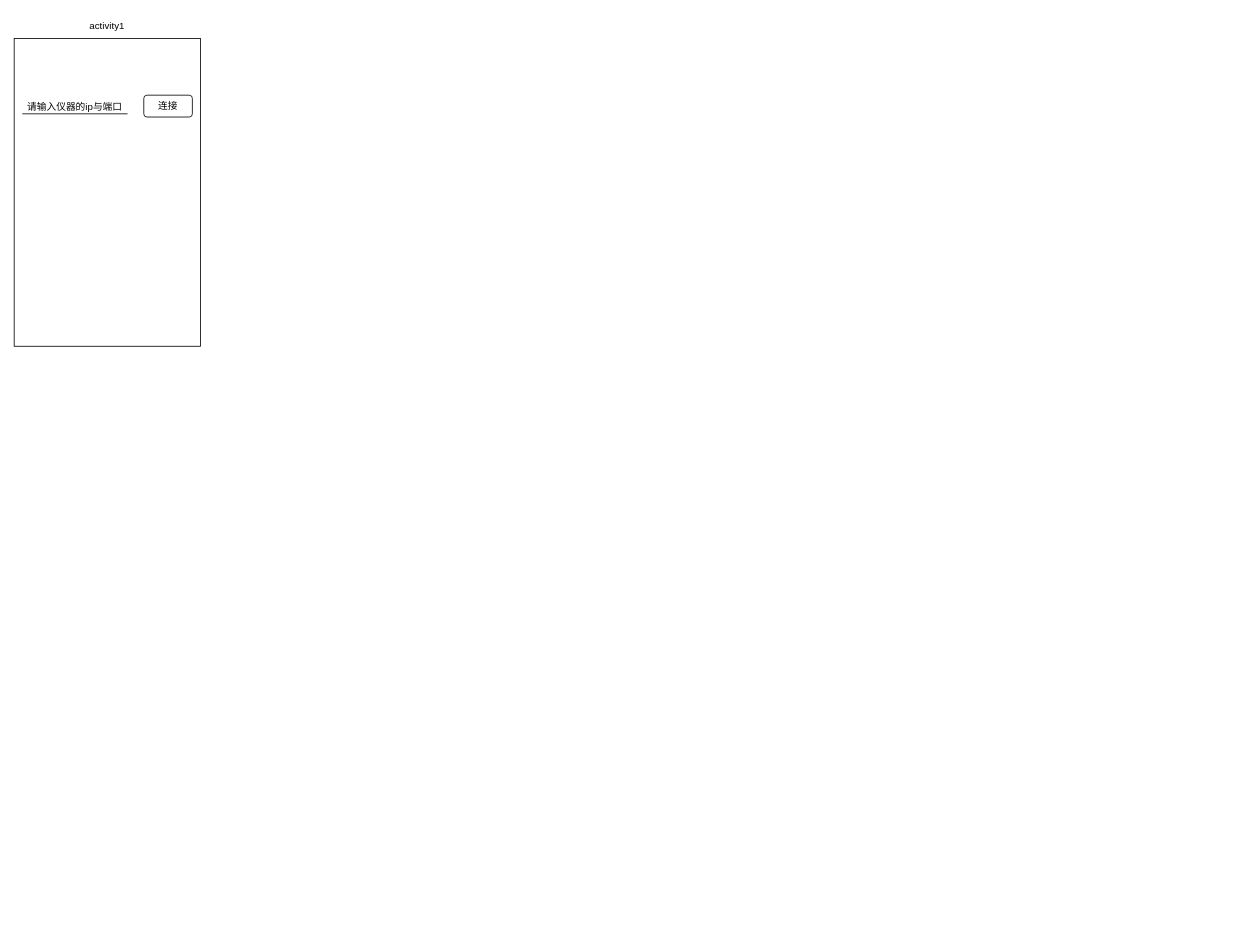
Before: Untitled Diagram.drawio in laneluo/learngit, a draw.io diagram. Source tidied: cells renumbered, new cells numbered last; positions are measured from the earlier drawing's top-left corner, leaving out a move shared by most shapes. Both pictures are drawn from the tidied source at 81%, with x=0, y=0 at pixel (14, 14).
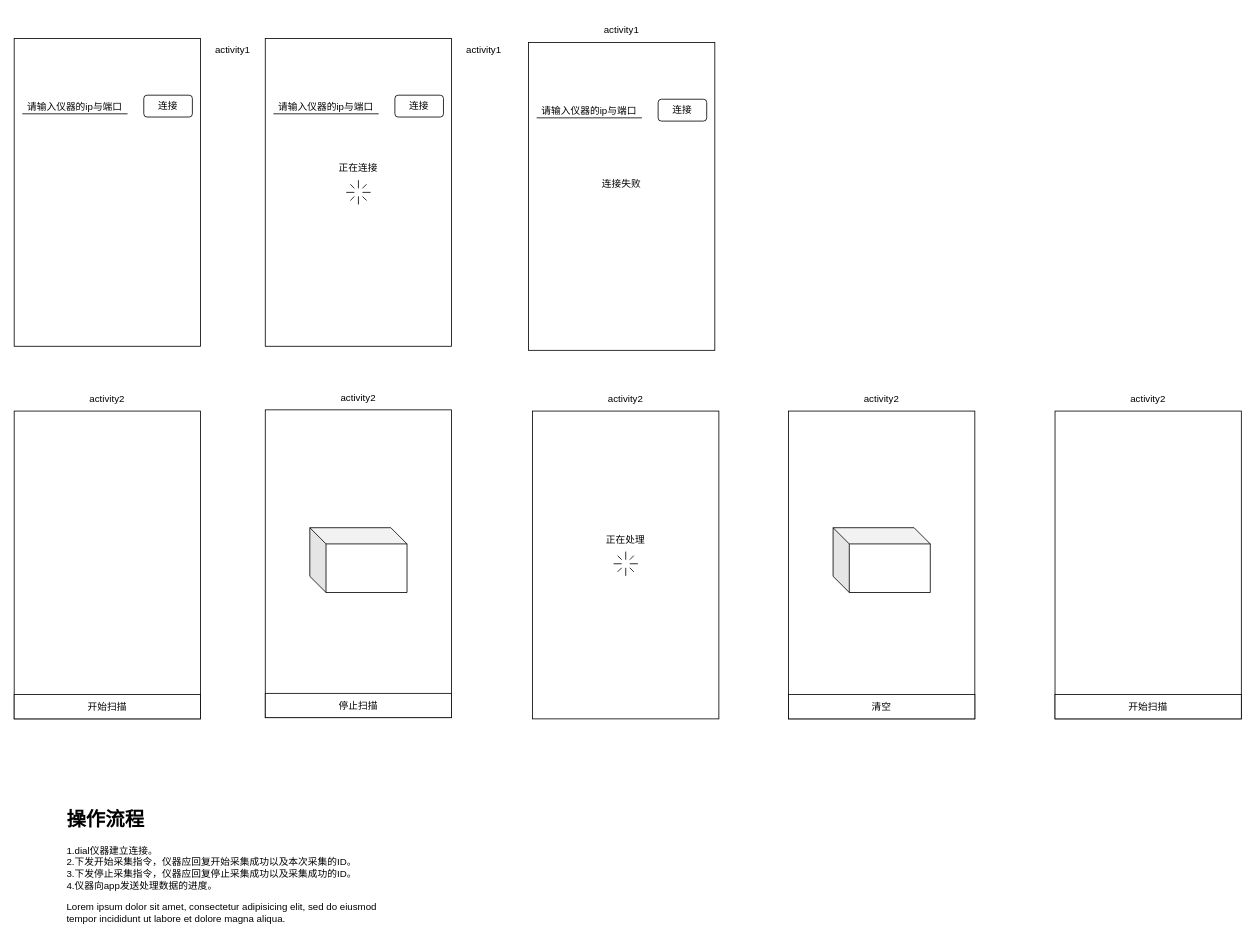
Above is the later version.

What changed in the source:
```diff
@@
     <mxCell id="3" value="activity1" style="text;html=1;strokeColor=none;fillColor=none;align=center;verticalAlign=middle;whiteSpace=wrap;rounded=0;" parent="1" vertex="1">
-      <mxGeometry x="85" width="60" height="30" as="geometry" />
+      <mxGeometry x="240" y="30" width="60" height="30" as="geometry" />
     </mxCell>
@@
+    <mxCell id="7" style="rounded=0;whiteSpace=wrap;html=1;" parent="1" vertex="1">
+      <mxGeometry x="310" y="30" width="230" height="380" as="geometry" />
+    </mxCell>
+    <mxCell id="8" value="activity1" style="text;html=1;strokeColor=none;fillColor=none;align=center;verticalAlign=middle;whiteSpace=wrap;rounded=0;" parent="1" vertex="1">
+      <mxGeometry x="550" y="30" width="60" height="30" as="geometry" />
+    </mxCell>
+    <mxCell id="9" style="endArrow=none;html=1;rounded=0;" parent="1" edge="1">
+      <mxGeometry relative="1" as="geometry">
+        <mxPoint x="320" y="123" as="sourcePoint" />
+        <mxPoint x="450" y="123" as="targetPoint" />
+      </mxGeometry>
+    </mxCell>
+    <mxCell id="10" value="连接" style="rounded=1;whiteSpace=wrap;html=1;" parent="1" vertex="1">
+      <mxGeometry x="470" y="100" width="60" height="27" as="geometry" />
+    </mxCell>
+    <mxCell id="11" value="请输入仪器的ip与端口" style="text;html=1;strokeColor=none;fillColor=none;align=center;verticalAlign=middle;whiteSpace=wrap;rounded=0;" parent="1" vertex="1">
+      <mxGeometry x="320" y="100" width="130" height="30" as="geometry" />
+    </mxCell>
+    <mxCell id="12" style="rounded=0;whiteSpace=wrap;html=1;" parent="1" vertex="1">
+      <mxGeometry y="490" width="230" height="380" as="geometry" />
+    </mxCell>
+    <mxCell id="13" value="activity2" style="text;html=1;strokeColor=none;fillColor=none;align=center;verticalAlign=middle;whiteSpace=wrap;rounded=0;" parent="1" vertex="1">
+      <mxGeometry x="85" y="460" width="60" height="30" as="geometry" />
+    </mxCell>
+    <mxCell id="14" style="rounded=0;whiteSpace=wrap;html=1;" parent="1" vertex="1">
+      <mxGeometry x="310" y="488.5" width="230" height="380" as="geometry" />
+    </mxCell>
+    <mxCell id="15" value="activity2" style="text;html=1;strokeColor=none;fillColor=none;align=center;verticalAlign=middle;whiteSpace=wrap;rounded=0;" parent="1" vertex="1">
+      <mxGeometry x="395" y="458.5" width="60" height="30" as="geometry" />
+    </mxCell>
+    <mxCell id="16" style="rounded=0;whiteSpace=wrap;html=1;" parent="1" vertex="1">
+      <mxGeometry x="640" y="490" width="230" height="380" as="geometry" />
+    </mxCell>
+    <mxCell id="17" value="activity2" style="text;html=1;strokeColor=none;fillColor=none;align=center;verticalAlign=middle;whiteSpace=wrap;rounded=0;" parent="1" vertex="1">
+      <mxGeometry x="725" y="460" width="60" height="30" as="geometry" />
+    </mxCell>
+    <mxCell id="18" style="group;" parent="1" vertex="1">
+      <mxGeometry x="740" y="663.5" width="30" height="30" as="geometry" />
+    </mxCell>
+    <mxCell id="19" style="endArrow=none;html=1;rounded=0;" parent="18" edge="1">
+      <mxGeometry relative="1" as="geometry">
+        <mxPoint x="15" y="10" as="sourcePoint" />
+        <mxPoint x="15" as="targetPoint" />
+      </mxGeometry>
+    </mxCell>
+    <mxCell id="20" style="endArrow=none;html=1;rounded=0;" parent="18" edge="1">
+      <mxGeometry relative="1" as="geometry">
+        <mxPoint x="15" y="30" as="sourcePoint" />
+        <mxPoint x="15" y="20" as="targetPoint" />
+      </mxGeometry>
+    </mxCell>
+    <mxCell id="21" style="endArrow=none;html=1;rounded=0;" parent="18" edge="1">
+      <mxGeometry relative="1" as="geometry">
+        <mxPoint x="30" y="15" as="sourcePoint" />
+        <mxPoint x="20" y="15" as="targetPoint" />
+      </mxGeometry>
+    </mxCell>
+    <mxCell id="22" style="endArrow=none;html=1;rounded=0;" parent="18" edge="1">
+      <mxGeometry relative="1" as="geometry">
+        <mxPoint x="10" y="15" as="sourcePoint" />
+        <mxPoint y="15" as="targetPoint" />
+      </mxGeometry>
+    </mxCell>
+    <mxCell id="23" style="endArrow=none;html=1;rounded=0;" parent="18" edge="1">
+      <mxGeometry relative="1" as="geometry">
+        <mxPoint x="25" y="5" as="sourcePoint" />
+        <mxPoint x="20" y="10" as="targetPoint" />
+      </mxGeometry>
+    </mxCell>
+    <mxCell id="24" style="endArrow=none;html=1;rounded=0;" parent="18" edge="1">
+      <mxGeometry relative="1" as="geometry">
+        <mxPoint x="10" y="20" as="sourcePoint" />
+        <mxPoint x="5" y="25" as="targetPoint" />
+      </mxGeometry>
+    </mxCell>
+    <mxCell id="25" style="endArrow=none;html=1;rounded=0;" parent="18" edge="1">
+      <mxGeometry relative="1" as="geometry">
+        <mxPoint x="25" y="25" as="sourcePoint" />
+        <mxPoint x="20" y="20" as="targetPoint" />
+      </mxGeometry>
+    </mxCell>
+    <mxCell id="26" style="endArrow=none;html=1;rounded=0;" parent="18" edge="1">
+      <mxGeometry relative="1" as="geometry">
+        <mxPoint x="10" y="10" as="sourcePoint" />
+        <mxPoint x="5" y="5" as="targetPoint" />
+      </mxGeometry>
+    </mxCell>
+    <mxCell id="27" style="rounded=0;whiteSpace=wrap;html=1;" parent="1" vertex="1">
+      <mxGeometry x="635" y="35" width="230" height="380" as="geometry" />
+    </mxCell>
+    <mxCell id="28" value="activity1" style="text;html=1;strokeColor=none;fillColor=none;align=center;verticalAlign=middle;whiteSpace=wrap;rounded=0;" parent="1" vertex="1">
+      <mxGeometry x="720" y="5" width="60" height="30" as="geometry" />
+    </mxCell>
+    <mxCell id="29" style="endArrow=none;html=1;rounded=0;" parent="1" edge="1">
+      <mxGeometry relative="1" as="geometry">
+        <mxPoint x="645" y="128" as="sourcePoint" />
+        <mxPoint x="775" y="128" as="targetPoint" />
+      </mxGeometry>
+    </mxCell>
+    <mxCell id="30" value="连接" style="rounded=1;whiteSpace=wrap;html=1;" parent="1" vertex="1">
+      <mxGeometry x="795" y="105" width="60" height="27" as="geometry" />
+    </mxCell>
+    <mxCell id="31" value="请输入仪器的ip与端口" style="text;html=1;strokeColor=none;fillColor=none;align=center;verticalAlign=middle;whiteSpace=wrap;rounded=0;" parent="1" vertex="1">
+      <mxGeometry x="645" y="105" width="130" height="30" as="geometry" />
+    </mxCell>
+    <mxCell id="32" value="连接失败" style="text;html=1;strokeColor=none;fillColor=none;align=center;verticalAlign=middle;whiteSpace=wrap;rounded=0;" parent="1" vertex="1">
+      <mxGeometry x="700" y="195" width="100" height="30" as="geometry" />
+    </mxCell>
+    <mxCell id="33" style="group;" parent="1" vertex="1">
+      <mxGeometry x="410" y="205" width="30" height="30" as="geometry" />
+    </mxCell>
+    <mxCell id="34" style="endArrow=none;html=1;rounded=0;" parent="33" edge="1">
+      <mxGeometry relative="1" as="geometry">
+        <mxPoint x="15" y="10" as="sourcePoint" />
+        <mxPoint x="15" as="targetPoint" />
+      </mxGeometry>
+    </mxCell>
+    <mxCell id="35" style="endArrow=none;html=1;rounded=0;" parent="33" edge="1">
+      <mxGeometry relative="1" as="geometry">
+        <mxPoint x="15" y="30" as="sourcePoint" />
+        <mxPoint x="15" y="20" as="targetPoint" />
+      </mxGeometry>
+    </mxCell>
+    <mxCell id="36" style="endArrow=none;html=1;rounded=0;" parent="33" edge="1">
+      <mxGeometry relative="1" as="geometry">
+        <mxPoint x="30" y="15" as="sourcePoint" />
+        <mxPoint x="20" y="15" as="targetPoint" />
+      </mxGeometry>
+    </mxCell>
+    <mxCell id="37" style="endArrow=none;html=1;rounded=0;" parent="33" edge="1">
+      <mxGeometry relative="1" as="geometry">
+        <mxPoint x="10" y="15" as="sourcePoint" />
+        <mxPoint y="15" as="targetPoint" />
+      </mxGeometry>
+    </mxCell>
+    <mxCell id="38" style="endArrow=none;html=1;rounded=0;" parent="33" edge="1">
+      <mxGeometry relative="1" as="geometry">
+        <mxPoint x="25" y="5" as="sourcePoint" />
+        <mxPoint x="20" y="10" as="targetPoint" />
+      </mxGeometry>
+    </mxCell>
+    <mxCell id="39" style="endArrow=none;html=1;rounded=0;" parent="33" edge="1">
+      <mxGeometry relative="1" as="geometry">
+        <mxPoint x="10" y="20" as="sourcePoint" />
+        <mxPoint x="5" y="25" as="targetPoint" />
+      </mxGeometry>
+    </mxCell>
+    <mxCell id="40" style="endArrow=none;html=1;rounded=0;" parent="33" edge="1">
+      <mxGeometry relative="1" as="geometry">
+        <mxPoint x="25" y="25" as="sourcePoint" />
+        <mxPoint x="20" y="20" as="targetPoint" />
+      </mxGeometry>
+    </mxCell>
+    <mxCell id="41" style="endArrow=none;html=1;rounded=0;" parent="33" edge="1">
+      <mxGeometry relative="1" as="geometry">
+        <mxPoint x="10" y="10" as="sourcePoint" />
+        <mxPoint x="5" y="5" as="targetPoint" />
+      </mxGeometry>
+    </mxCell>
+    <mxCell id="42" value="正在连接" style="text;html=1;strokeColor=none;fillColor=none;align=center;verticalAlign=middle;whiteSpace=wrap;rounded=0;" parent="1" vertex="1">
+      <mxGeometry x="375" y="175" width="100" height="30" as="geometry" />
+    </mxCell>
+    <mxCell id="43" value="正在处理" style="text;html=1;strokeColor=none;fillColor=none;align=center;verticalAlign=middle;whiteSpace=wrap;rounded=0;" parent="1" vertex="1">
+      <mxGeometry x="705" y="633.5" width="100" height="30" as="geometry" />
+    </mxCell>
+    <mxCell id="44" value="&lt;h1&gt;操作流程&lt;/h1&gt;&lt;div&gt;1.dial仪器建立连接。&lt;/div&gt;&lt;div&gt;2.下发开始采集指令，仪器应回复开始采集成功以及本次采集的ID。&lt;/div&gt;&lt;div&gt;3.下发停止采集指令，仪器应回复停止采集成功以及采集成功的ID。&lt;/div&gt;&lt;div&gt;4.仪器向app发送处理数据的进度。&lt;/div&gt;&lt;p&gt;Lorem ipsum dolor sit amet, consectetur adipisicing elit, sed do eiusmod tempor incididunt ut labore et dolore magna aliqua.&lt;/p&gt;" style="text;html=1;strokeColor=none;fillColor=none;spacing=5;spacingTop=-20;whiteSpace=wrap;overflow=hidden;rounded=0;" parent="1" vertex="1">
+      <mxGeometry x="60" y="975" width="425" height="165" as="geometry" />
+    </mxCell>
+    <mxCell id="45" value="开始扫描" style="rounded=0;whiteSpace=wrap;html=1;" parent="1" vertex="1">
+      <mxGeometry y="840" width="230" height="30" as="geometry" />
+    </mxCell>
+    <mxCell id="46" value="停止扫描" style="rounded=0;whiteSpace=wrap;html=1;" parent="1" vertex="1">
+      <mxGeometry x="310" y="838.5" width="230" height="30" as="geometry" />
+    </mxCell>
+    <mxCell id="47" style="rounded=0;whiteSpace=wrap;html=1;" parent="1" vertex="1">
+      <mxGeometry x="956" y="490" width="230" height="380" as="geometry" />
+    </mxCell>
+    <mxCell id="48" value="activity2" style="text;html=1;strokeColor=none;fillColor=none;align=center;verticalAlign=middle;whiteSpace=wrap;rounded=0;" parent="1" vertex="1">
+      <mxGeometry x="1041" y="460" width="60" height="30" as="geometry" />
+    </mxCell>
+    <mxCell id="49" style="shape=cube;whiteSpace=wrap;html=1;boundedLbl=1;backgroundOutline=1;darkOpacity=0.05;darkOpacity2=0.1;" parent="1" vertex="1">
+      <mxGeometry x="1011" y="634" width="120" height="80" as="geometry" />
+    </mxCell>
+    <mxCell id="50" value="清空" style="rounded=0;whiteSpace=wrap;html=1;" parent="1" vertex="1">
+      <mxGeometry x="956" y="840" width="230" height="30" as="geometry" />
+    </mxCell>
+    <mxCell id="51" style="rounded=0;whiteSpace=wrap;html=1;" parent="1" vertex="1">
+      <mxGeometry x="1285" y="490" width="230" height="380" as="geometry" />
+    </mxCell>
+    <mxCell id="52" value="activity2" style="text;html=1;strokeColor=none;fillColor=none;align=center;verticalAlign=middle;whiteSpace=wrap;rounded=0;" parent="1" vertex="1">
+      <mxGeometry x="1370" y="460" width="60" height="30" as="geometry" />
+    </mxCell>
+    <mxCell id="53" value="开始扫描" style="rounded=0;whiteSpace=wrap;html=1;" parent="1" vertex="1">
+      <mxGeometry x="1285" y="840" width="230" height="30" as="geometry" />
+    </mxCell>
+    <mxCell id="54" style="shape=cube;whiteSpace=wrap;html=1;boundedLbl=1;backgroundOutline=1;darkOpacity=0.05;darkOpacity2=0.1;" parent="1" vertex="1">
+      <mxGeometry x="365" y="634" width="120" height="80" as="geometry" />
+    </mxCell>
```
